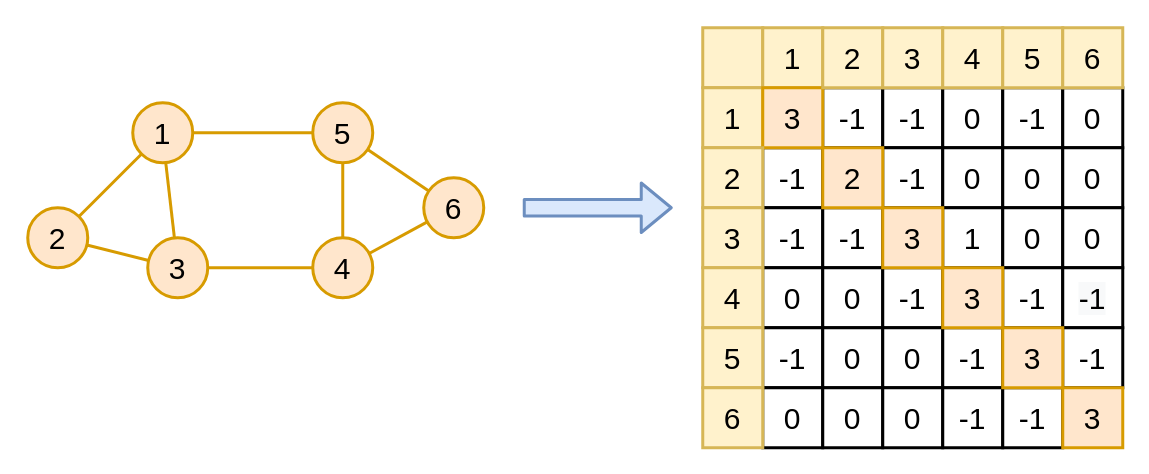
This is page "Page-22" (22 of 24) of seai.drawio from zjtone/RL-Note, a draw.io file, before an edit. Source tidied: cells renumbered, new cells numbered last; positions are measured from the earlier drawing's top-left corner, leaving out a move shared by most shapes. Both pictures are drawn from the tidied source at 150%, with x=0, y=0 at pixel (27, 27).
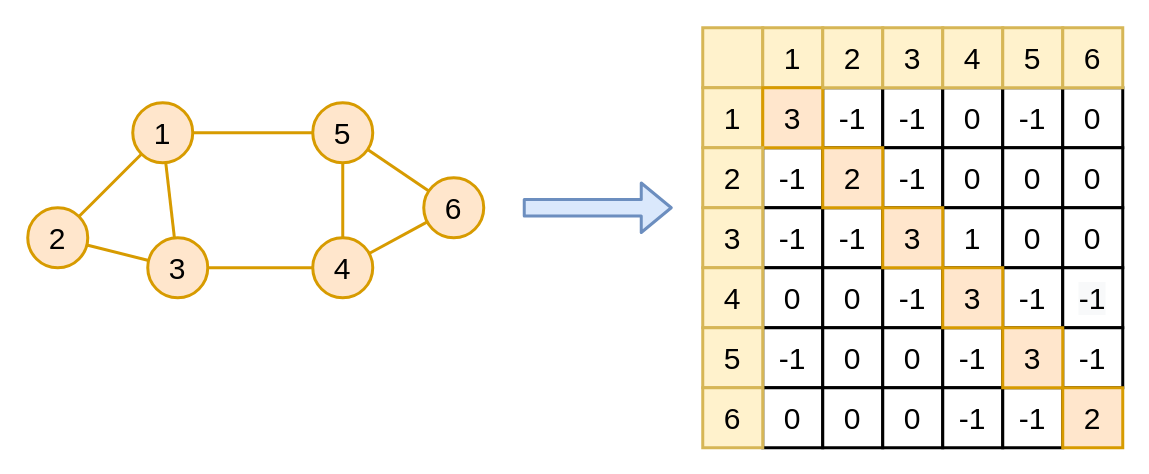
After the change.

The edit, as a diff of the source:
```diff
@@
-    <mxCell id="55" value="3" style="rounded=0;whiteSpace=wrap;html=1;strokeWidth=2;fillColor=#ffe6cc;fontSize=20;strokeColor=#d79b00;" parent="1" vertex="1">
+    <mxCell id="55" value="2" style="rounded=0;whiteSpace=wrap;html=1;strokeWidth=2;fillColor=#ffe6cc;fontSize=20;strokeColor=#d79b00;" parent="1" vertex="1">
       <mxGeometry x="690" y="240" width="40" height="40" as="geometry" />
     </mxCell>
```
